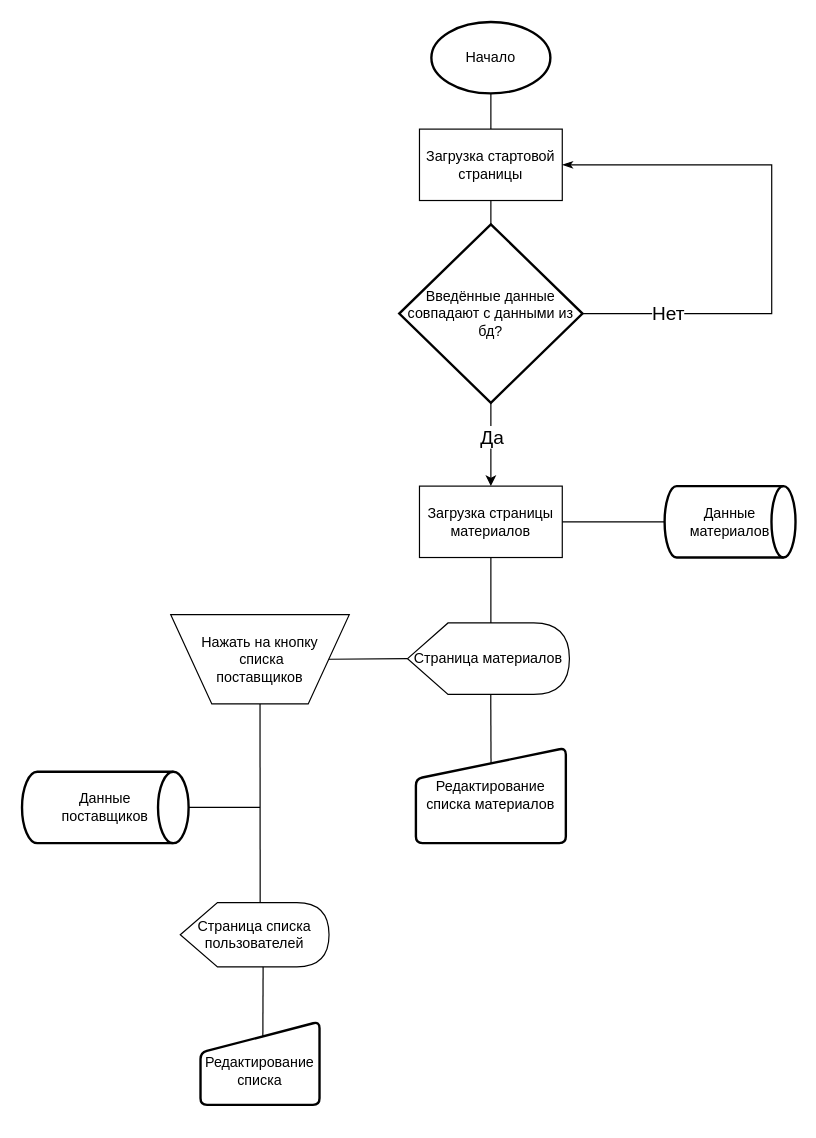
This is 2021glo1.drawio from FortunaMAKSIM/glo, a draw.io file, before an edit. Source tidied: cells renumbered, new cells numbered last; positions are measured from the earlier drawing's top-left corner, leaving out a move shared by most shapes. Both pictures are drawn from the tidied source at 119%, with x=0, y=0 at pixel (21, 21).
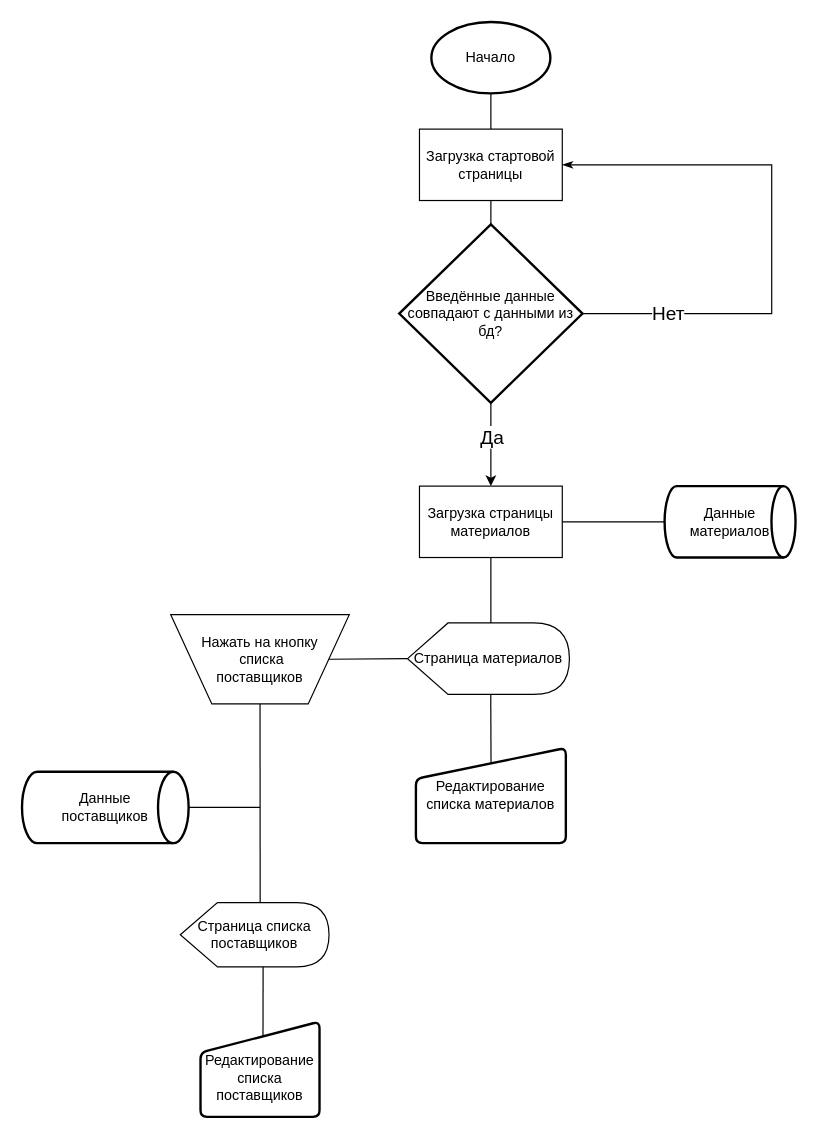
After the change.

What changed in the source:
```diff
@@
-    <mxCell id="16" value="Страница списка пользователей" style="shape=display;whiteSpace=wrap;html=1;" parent="1" vertex="1">
+    <mxCell id="16" value="Страница списка&lt;br&gt;поставщиков" style="shape=display;whiteSpace=wrap;html=1;" parent="1" vertex="1">
       <mxGeometry x="133" y="740" width="125" height="54" as="geometry" />
     </mxCell>
@@
-    <mxCell id="20" value="&lt;br&gt;Редактирование списка" style="html=1;strokeWidth=2;shape=manualInput;whiteSpace=wrap;rounded=1;size=26;arcSize=11;" parent="1" vertex="1">
-      <mxGeometry x="150" y="840" width="100" height="70" as="geometry" />
+    <mxCell id="20" value="&lt;br&gt;Редактирование списка поставщиков" style="html=1;strokeWidth=2;shape=manualInput;whiteSpace=wrap;rounded=1;size=26;arcSize=11;" parent="1" vertex="1">
+      <mxGeometry x="150" y="840" width="100" height="80" as="geometry" />
     </mxCell>
-    <mxCell id="21" style="endArrow=none;html=1;rounded=0;entryX=0;entryY=0;entryDx=64.625;entryDy=54;entryPerimeter=0;exitX=0.524;exitY=0.174;exitDx=0;exitDy=0;exitPerimeter=0;" parent="1" edge="1" source="20">
+    <mxCell id="21" style="endArrow=none;html=1;rounded=0;entryX=0;entryY=0;entryDx=64.625;entryDy=54;entryPerimeter=0;exitX=0.525;exitY=0.162;exitDx=0;exitDy=0;exitPerimeter=0;" parent="1" edge="1" source="20">
       <mxGeometry relative="1" as="geometry">
         <mxPoint x="202.6" y="794" as="targetPoint" />
       </mxGeometry>
     </mxCell>
```
